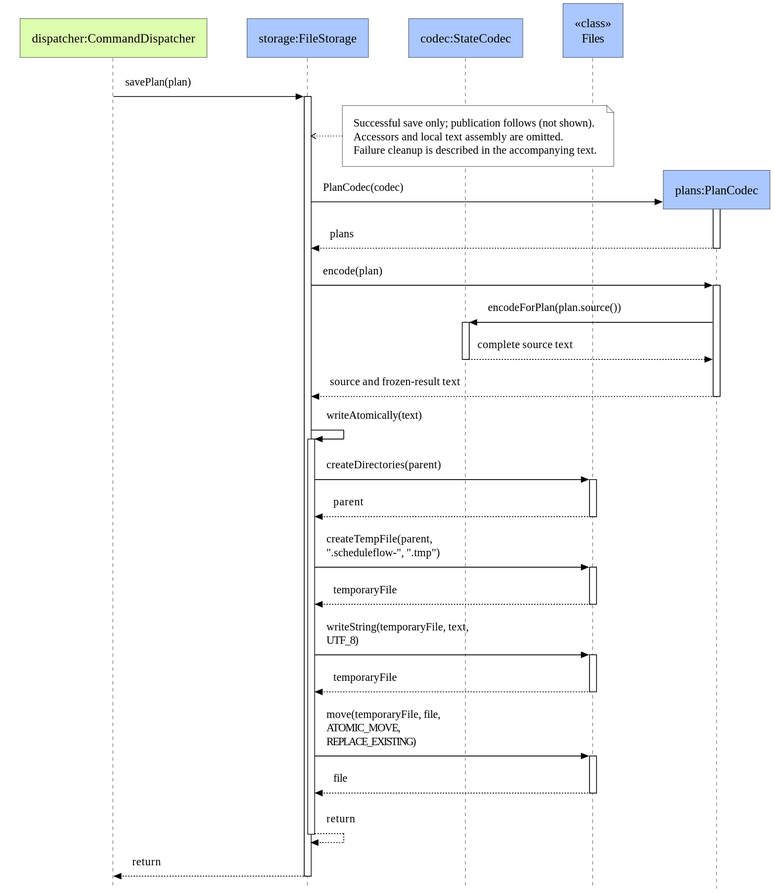
Earlier version of the PlantUML export docs/images/ernest-atomic-plan-save.svg (AY2627S1-CS2113-T10-1/tp). Source of this version:
```plantuml
@startuml
!include course-style.puml

participant "dispatcher:CommandDispatcher" as Dispatcher DOMAIN
participant "storage:FileStorage" as Storage PERSISTENCE
participant "codec:StateCodec" as Snapshots PERSISTENCE
participant "Files" as Files <<class>> PERSISTENCE

Dispatcher -> Storage ++ : savePlan(plan)
note right of Storage
  Successful save only; publication follows (not shown).
  Accessors and local text assembly are omitted.
  Failure cleanup is described in the accompanying text.
end note
create participant "plans:PlanCodec" as Plans PERSISTENCE
Storage -> Plans ++ : PlanCodec(codec)
Plans --> Storage -- : plans
Storage -> Plans ++ : encode(plan)
Plans -> Snapshots ++ : encodeForPlan(plan.source())
Snapshots --> Plans -- : complete source text
Plans --> Storage -- : source and frozen-result text
Storage -> Storage ++ : writeAtomically(text)
Storage -> Files ++ : createDirectories(parent)
Files --> Storage -- : parent
Storage -> Files ++ : createTempFile(parent, ".scheduleflow-", ".tmp")
Files --> Storage -- : temporaryFile
Storage -> Files ++ : writeString(temporaryFile, text, UTF_8)
Files --> Storage -- : temporaryFile
Storage -> Files ++ : move(temporaryFile, file,\nATOMIC_MOVE, REPLACE_EXISTING)
Files --> Storage -- : file
Storage --> Storage -- : return
Storage --> Dispatcher -- : return
@enduml
```
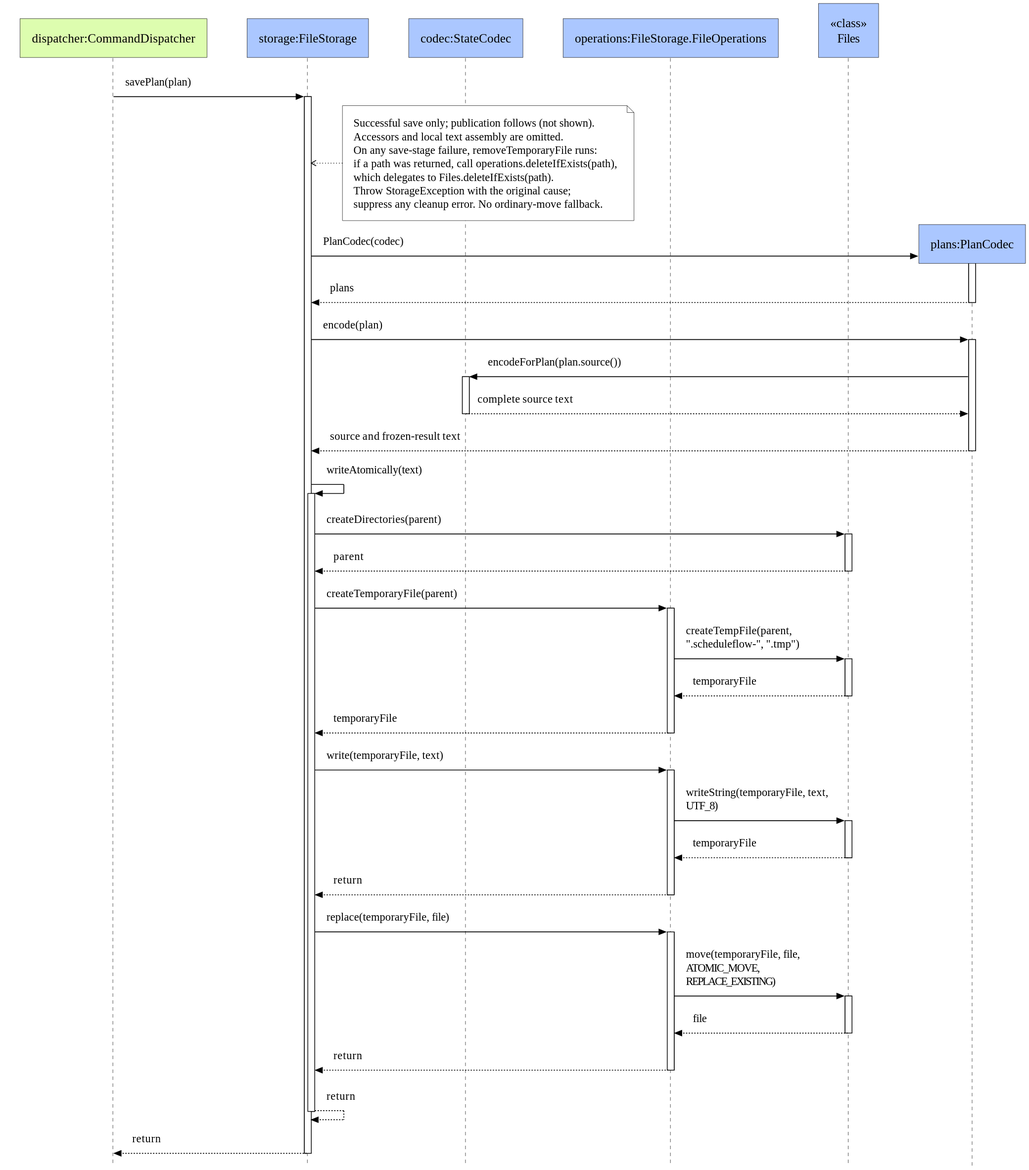
Later version of the same file.

Commit message:
Exercise storage failure boundaries

Diff of the diagram source:
```diff
@@ -4,13 +4,18 @@
 participant "dispatcher:CommandDispatcher" as Dispatcher DOMAIN
 participant "storage:FileStorage" as Storage PERSISTENCE
 participant "codec:StateCodec" as Snapshots PERSISTENCE
+participant "operations:FileStorage.FileOperations" as Operations PERSISTENCE
 participant "Files" as Files <<class>> PERSISTENCE
 
 Dispatcher -> Storage ++ : savePlan(plan)
 note right of Storage
   Successful save only; publication follows (not shown).
   Accessors and local text assembly are omitted.
-  Failure cleanup is described in the accompanying text.
+  On any save-stage failure, removeTemporaryFile runs:
+  if a path was returned, call operations.deleteIfExists(path),
+  which delegates to Files.deleteIfExists(path).
+  Throw StorageException with the original cause;
+  suppress any cleanup error. No ordinary-move fallback.
 end note
 create participant "plans:PlanCodec" as Plans PERSISTENCE
 Storage -> Plans ++ : PlanCodec(codec)
@@ -22,12 +27,18 @@
 Storage -> Storage ++ : writeAtomically(text)
 Storage -> Files ++ : createDirectories(parent)
 Files --> Storage -- : parent
-Storage -> Files ++ : createTempFile(parent, ".scheduleflow-", ".tmp")
-Files --> Storage -- : temporaryFile
-Storage -> Files ++ : writeString(temporaryFile, text, UTF_8)
-Files --> Storage -- : temporaryFile
-Storage -> Files ++ : move(temporaryFile, file,\nATOMIC_MOVE, REPLACE_EXISTING)
-Files --> Storage -- : file
+Storage -> Operations ++ : createTemporaryFile(parent)
+Operations -> Files ++ : createTempFile(parent, ".scheduleflow-", ".tmp")
+Files --> Operations -- : temporaryFile
+Operations --> Storage -- : temporaryFile
+Storage -> Operations ++ : write(temporaryFile, text)
+Operations -> Files ++ : writeString(temporaryFile, text, UTF_8)
+Files --> Operations -- : temporaryFile
+Operations --> Storage -- : return
+Storage -> Operations ++ : replace(temporaryFile, file)
+Operations -> Files ++ : move(temporaryFile, file,\nATOMIC_MOVE, REPLACE_EXISTING)
+Files --> Operations -- : file
+Operations --> Storage -- : return
 Storage --> Storage -- : return
 Storage --> Dispatcher -- : return
 @enduml
```
